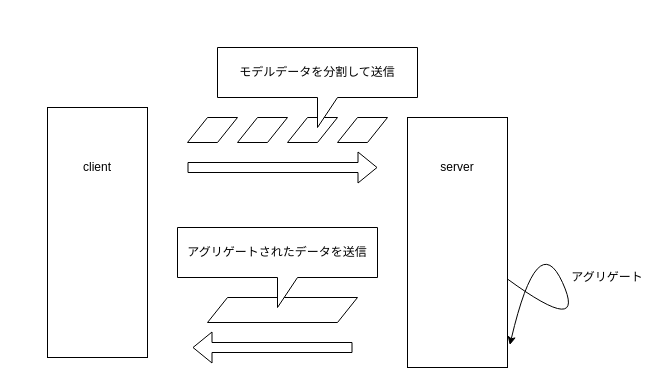
Above: mamshi.drawio in magisystem0408/grpc_exer (draw.io), before the change. Source tidied: cells renumbered, new cells numbered last; positions are measured from the earlier drawing's top-left corner, leaving out a move shared by most shapes. Both pictures are drawn from the tidied source at 100%, with x=0, y=0 at pixel (47, 47).
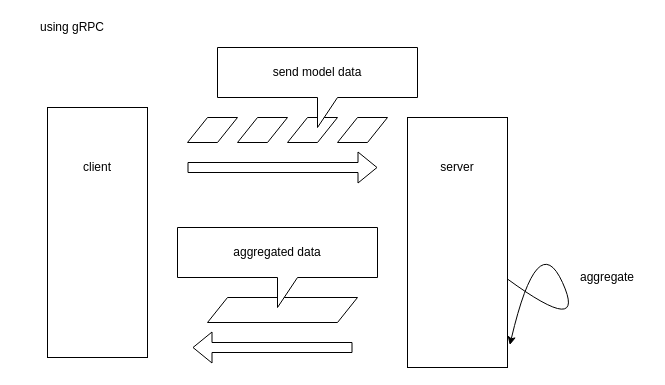
Above is the later version.

What changed in the source:
```diff
@@
-    <mxCell id="9" value="モデルデータを分割して送信" style="shape=callout;whiteSpace=wrap;html=1;perimeter=calloutPerimeter;" parent="1" vertex="1">
+    <mxCell id="9" value="send model data" style="shape=callout;whiteSpace=wrap;html=1;perimeter=calloutPerimeter;" parent="1" vertex="1">
       <mxGeometry x="170" width="200" height="80" as="geometry" />
     </mxCell>
@@
-    <mxCell id="11" value="アグリゲートされたデータを送信" style="shape=callout;whiteSpace=wrap;html=1;perimeter=calloutPerimeter;" parent="1" vertex="1">
+    <mxCell id="11" value="aggregated data" style="shape=callout;whiteSpace=wrap;html=1;perimeter=calloutPerimeter;" parent="1" vertex="1">
       <mxGeometry x="130" y="180" width="200" height="80" as="geometry" />
     </mxCell>
@@
-    <mxCell id="14" value="アグリゲート" style="text;html=1;strokeColor=none;fillColor=none;align=center;verticalAlign=middle;whiteSpace=wrap;rounded=0;" parent="1" vertex="1">
+    <mxCell id="14" value="aggregate" style="text;html=1;strokeColor=none;fillColor=none;align=center;verticalAlign=middle;whiteSpace=wrap;rounded=0;" parent="1" vertex="1">
       <mxGeometry x="520" y="220" width="80" height="20" as="geometry" />
     </mxCell>
@@
+    <mxCell id="17" value="using gRPC" style="text;html=1;strokeColor=none;fillColor=none;align=center;verticalAlign=middle;whiteSpace=wrap;rounded=0;" parent="1" vertex="1">
+      <mxGeometry x="-30" y="-30" width="110" height="20" as="geometry" />
+    </mxCell>
```
